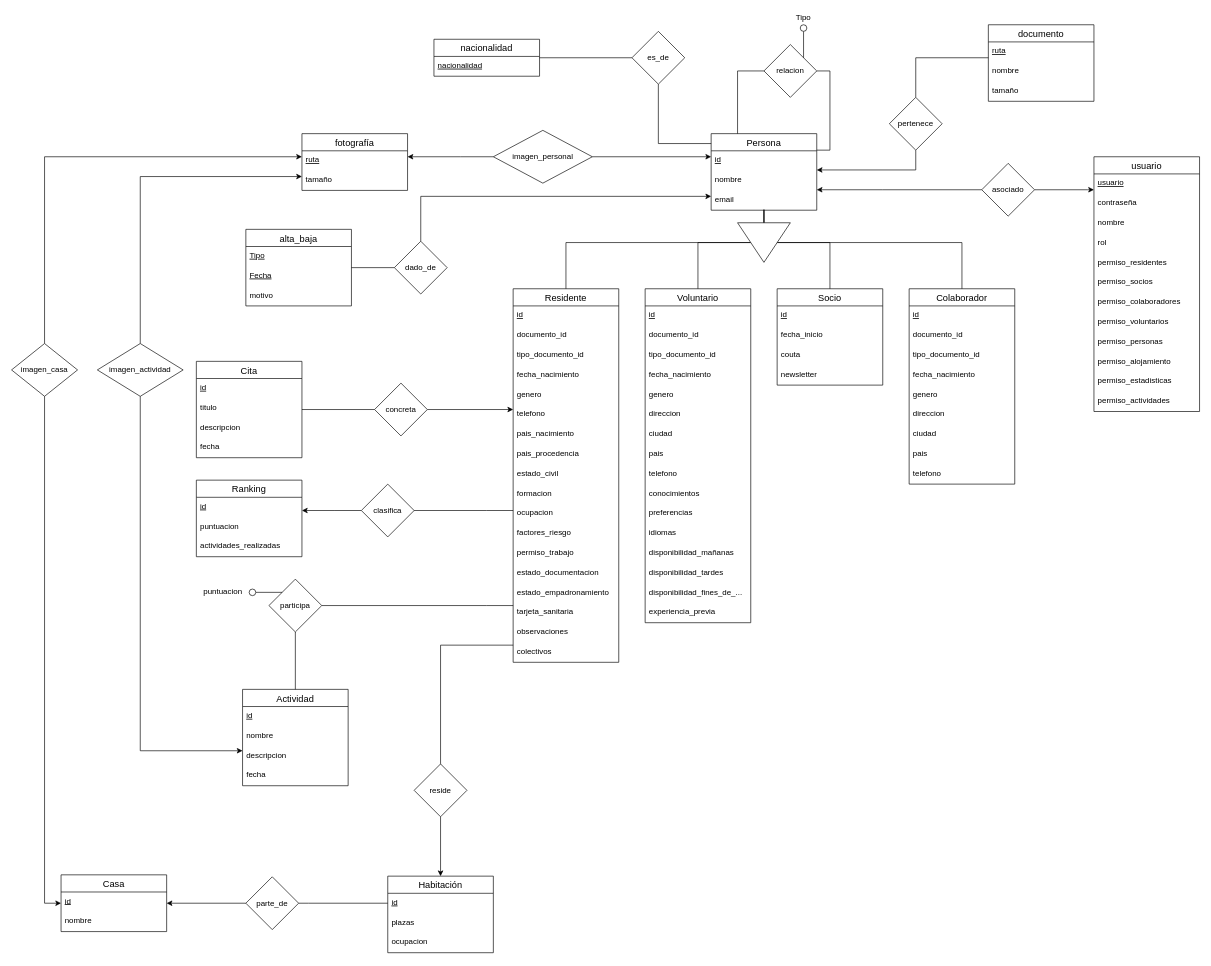
corderop/TFG keeps this draw.io diagram as diseno/base_de_datos/ER.drawio. Above is the earlier version. Source tidied: cells renumbered, new cells numbered last; positions are measured from the earlier drawing's top-left corner, leaving out a move shared by most shapes. Both pictures are drawn from the tidied source at 66%, with x=0, y=0 at pixel (11, 11).
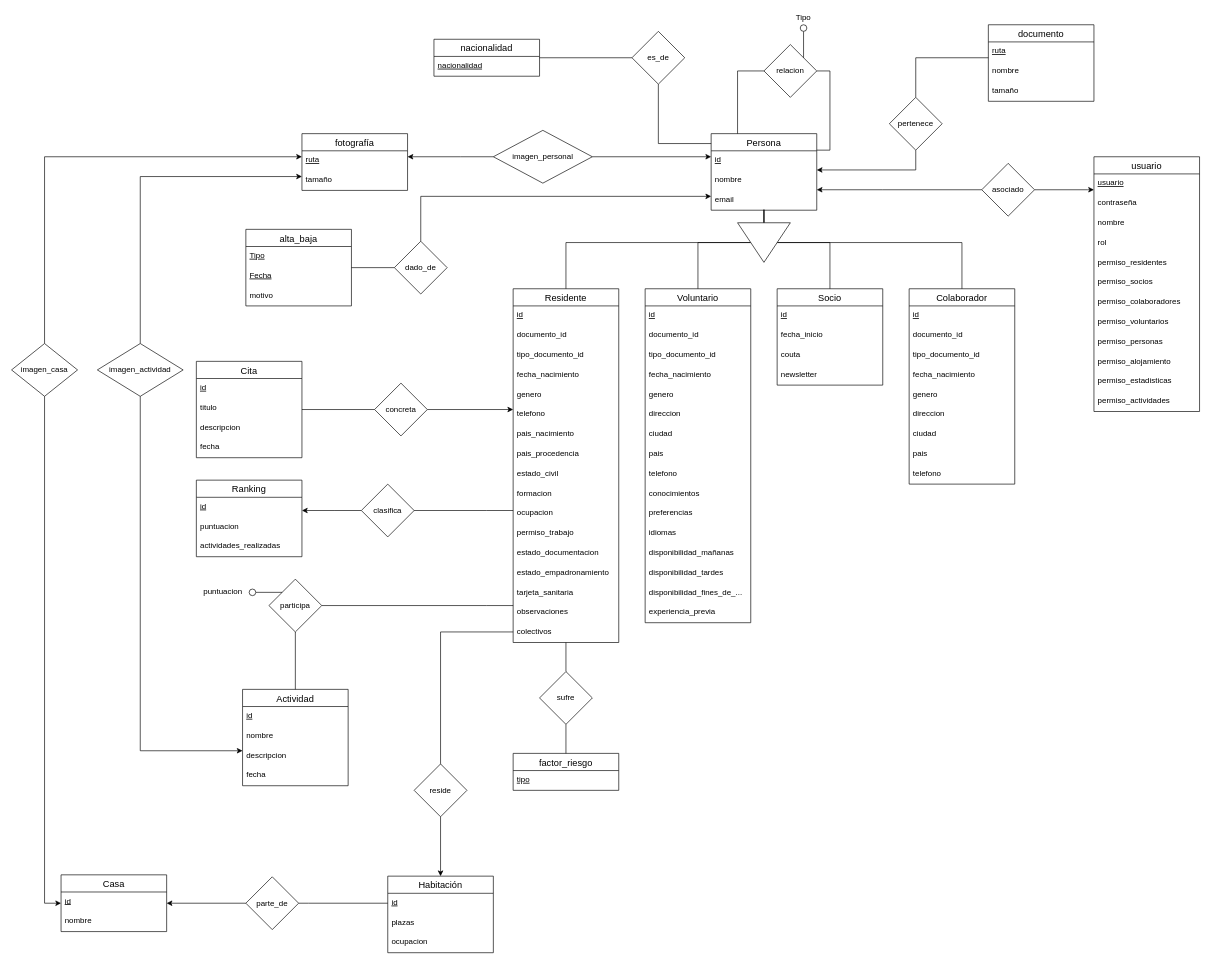
After the change.

Commit message (it also covers changes not shown here):
diseno: 🐛 Factor de riesgo a un objeto separado

The change refers to these unchanged cells:
```xml
<mxCell id="95" value="reside" style="rhombus;whiteSpace=wrap;html=1;" parent="1" vertex="1">
  <mxGeometry x="610" y="1140" width="80" height="80" as="geometry" />
</mxCell>
```

The edit, as a diff of the source:
```diff
@@
+    <mxCell id="156" style="edgeStyle=orthogonalEdgeStyle;rounded=0;jettySize=auto;html=1;endArrow=none;endFill=0;" parent="1" edge="1" source="39" target="160">
+      <mxGeometry relative="1" as="geometry" />
+    </mxCell>
     <mxCell id="39" value="Residente" style="swimlane;fontStyle=0;horizontal=1;startSize=26;align=center;fontSize=14;" parent="1" vertex="1">
-      <mxGeometry x="760" y="420" width="160" height="566" as="geometry" />
+      <mxGeometry x="760" y="420" width="160" height="536" as="geometry" />
     </mxCell>
@@
-    <mxCell id="51" value="factores_riesgo" style="text;strokeColor=none;fillColor=none;spacingLeft=4;spacingRight=4;overflow=hidden;fontSize=12;" parent="39" vertex="1">
-      <mxGeometry y="356" width="160" height="30" as="geometry" />
-    </mxCell>
     <mxCell id="52" value="permiso_trabajo" style="text;strokeColor=none;fillColor=none;spacingLeft=4;spacingRight=4;overflow=hidden;fontSize=12;" parent="39" vertex="1">
-      <mxGeometry y="386" width="160" height="30" as="geometry" />
+      <mxGeometry y="356" width="160" height="30" as="geometry" />
     </mxCell>
     <mxCell id="53" value="estado_documentacion" style="text;strokeColor=none;fillColor=none;spacingLeft=4;spacingRight=4;overflow=hidden;fontSize=12;" parent="39" vertex="1">
-      <mxGeometry y="416" width="160" height="30" as="geometry" />
+      <mxGeometry y="386" width="160" height="30" as="geometry" />
     </mxCell>
     <mxCell id="54" value="estado_empadronamiento" style="text;strokeColor=none;fillColor=none;spacingLeft=4;spacingRight=4;overflow=hidden;fontSize=12;" parent="39" vertex="1">
-      <mxGeometry y="446" width="160" height="30" as="geometry" />
+      <mxGeometry y="416" width="160" height="30" as="geometry" />
     </mxCell>
     <mxCell id="55" value="tarjeta_sanitaria" style="text;strokeColor=none;fillColor=none;spacingLeft=4;spacingRight=4;overflow=hidden;fontSize=12;" parent="39" vertex="1">
-      <mxGeometry y="476" width="160" height="30" as="geometry" />
+      <mxGeometry y="446" width="160" height="30" as="geometry" />
     </mxCell>
     <mxCell id="56" value="observaciones" style="text;strokeColor=none;fillColor=none;spacingLeft=4;spacingRight=4;overflow=hidden;fontSize=12;" parent="39" vertex="1">
-      <mxGeometry y="506" width="160" height="30" as="geometry" />
+      <mxGeometry y="476" width="160" height="30" as="geometry" />
     </mxCell>
     <mxCell id="57" value="colectivos" style="text;strokeColor=none;fillColor=none;spacingLeft=4;spacingRight=4;overflow=hidden;fontSize=12;" parent="39" vertex="1">
-      <mxGeometry y="536" width="160" height="30" as="geometry" />
+      <mxGeometry y="506" width="160" height="30" as="geometry" />
     </mxCell>
@@
     <mxCell id="93" style="edgeStyle=orthogonalEdgeStyle;rounded=0;jettySize=auto;html=1;endArrow=none;endFill=0;" parent="1" edge="1" source="95" target="39">
       <mxGeometry relative="1" as="geometry">
         <Array as="points">
-          <mxPoint x="650" y="960" />
+          <mxPoint x="650" y="940" />
         </Array>
       </mxGeometry>
     </mxCell>
@@
+    <mxCell id="157" value="factor_riesgo" style="swimlane;fontStyle=0;horizontal=1;startSize=26;align=center;fontSize=14;" parent="1" vertex="1">
+      <mxGeometry x="760" y="1124" width="160" height="56" as="geometry" />
+    </mxCell>
+    <mxCell id="158" value="tipo" style="text;strokeColor=none;fillColor=none;spacingLeft=4;spacingRight=4;overflow=hidden;fontSize=12;fontStyle=4;" parent="157" vertex="1">
+      <mxGeometry y="26" width="160" height="30" as="geometry" />
+    </mxCell>
+    <mxCell id="159" style="edgeStyle=orthogonalEdgeStyle;rounded=0;jettySize=auto;html=1;entryX=0.5;entryY=0;entryDx=0;entryDy=0;endArrow=none;endFill=0;" parent="1" edge="1" source="160" target="157">
+      <mxGeometry relative="1" as="geometry" />
+    </mxCell>
+    <mxCell id="160" value="sufre" style="rhombus;whiteSpace=wrap;html=1;" parent="1" vertex="1">
+      <mxGeometry x="800" y="1000" width="80" height="80" as="geometry" />
+    </mxCell>
```
